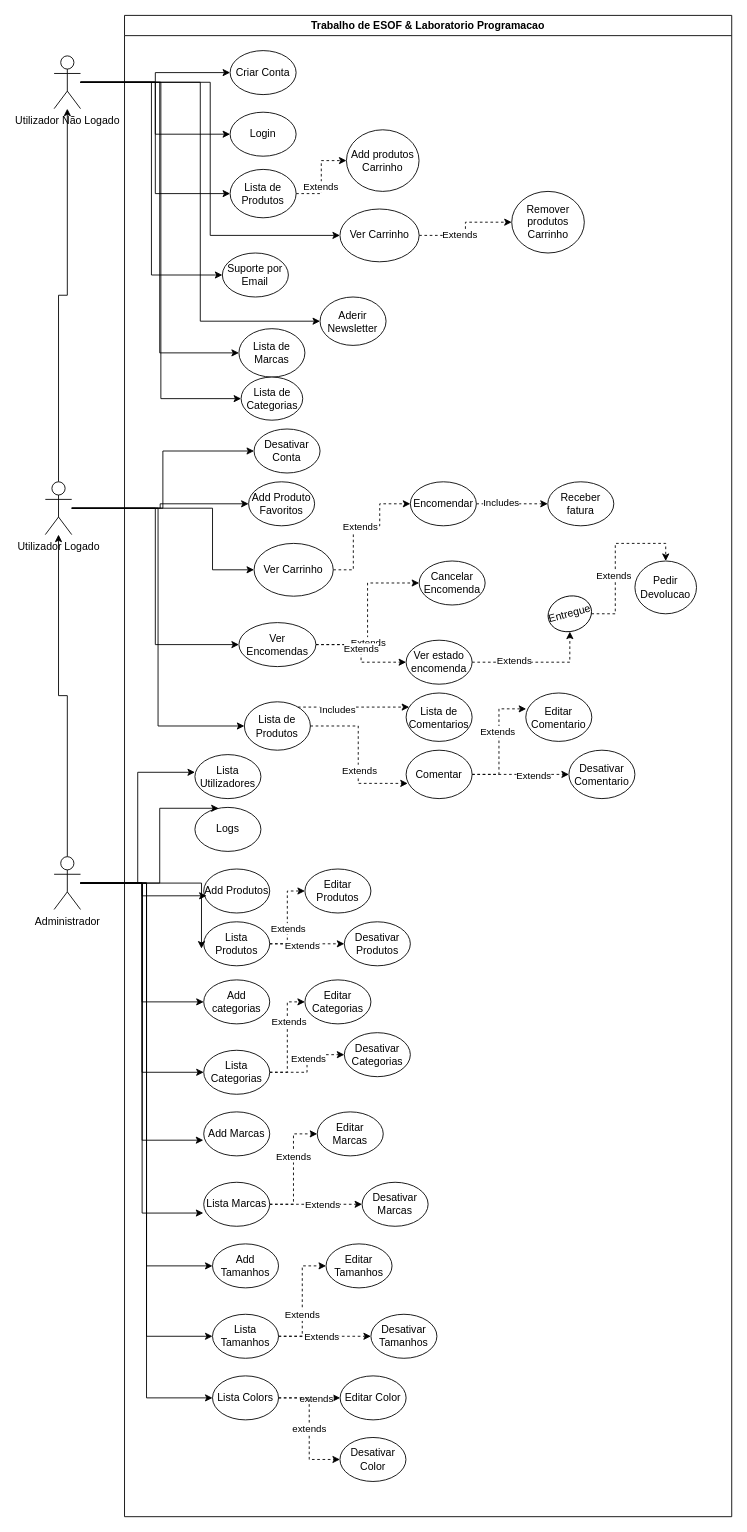
Solixx/UP_Project_Laboratorio_Engenharia_Manuel_Jorge keeps this draw.io diagram as Casos Uso/Casos Uso Trabalho ESOF e Laboratorio Prog.drawio. Above is the earlier version. Source tidied: cells renumbered, new cells numbered last; positions are measured from the earlier drawing's top-left corner, leaving out a move shared by most shapes. Both pictures are drawn from the tidied source at 88%, with x=0, y=0 at pixel (45, 15).
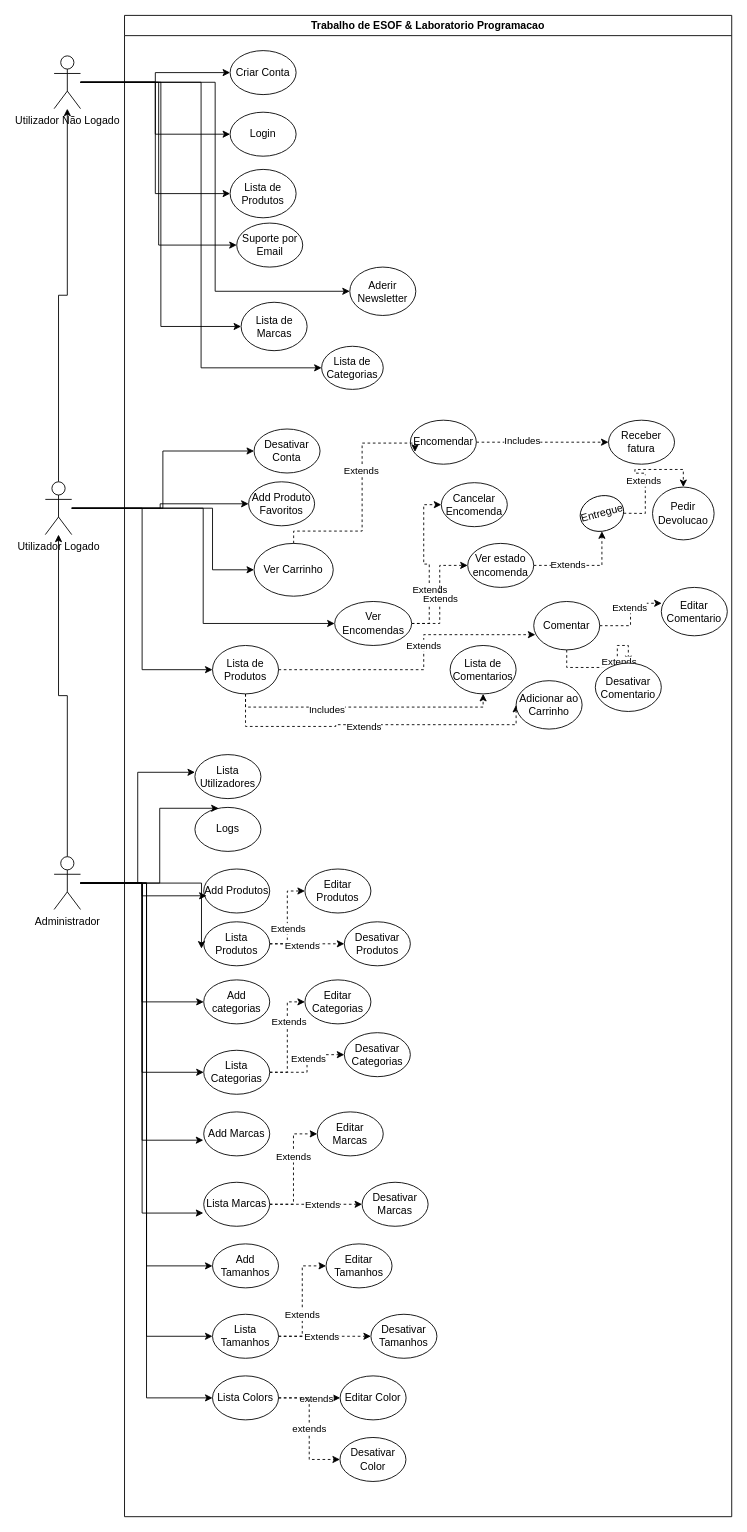
The same page after the edit.

Commit message:
update casos de uso

Unchanged cells that the change refers to:
```xml
<mxCell id="2" value="Trabalho de ESOF &amp;amp; Laboratorio Programacao" style="swimlane;whiteSpace=wrap;html=1;" parent="1" vertex="1">
  <mxGeometry x="90" width="690" height="1706" as="geometry" />
</mxCell>
<mxCell id="33" value="Lista de Produtos" style="ellipse;whiteSpace=wrap;html=1;" parent="2" vertex="1">
  <mxGeometry x="120" y="175" width="75" height="55" as="geometry" />
</mxCell>
<mxCell id="37" value="Ver Carrinho" style="ellipse;whiteSpace=wrap;html=1;" parent="2" vertex="1">
  <mxGeometry x="147.2" y="600" width="90" height="60" as="geometry" />
</mxCell>
<mxCell id="100" value="Utilizador Não Logado" style="shape=umlActor;verticalLabelPosition=bottom;verticalAlign=top;html=1;outlineConnect=0;" parent="1" vertex="1">
  <mxGeometry x="10" y="46" width="30" height="60" as="geometry" />
</mxCell>
```

The edit, as a diff of the source:
```diff
@@
-    <mxCell id="7" value="Add produtos Carrinho" style="ellipse;whiteSpace=wrap;html=1;" parent="2" vertex="1">
-      <mxGeometry x="252.2" y="130" width="82.5" height="70" as="geometry" />
-    </mxCell>
-    <mxCell id="8" value="Remover produtos Carrinho" style="ellipse;whiteSpace=wrap;html=1;" parent="2" vertex="1">
-      <mxGeometry x="440" y="200" width="82.5" height="70" as="geometry" />
-    </mxCell>
-    <mxCell id="9" style="edgeStyle=orthogonalEdgeStyle;rounded=0;jettySize=auto;html=1;entryX=0;entryY=0.5;entryDx=0;entryDy=0;dashed=1;" parent="2" edge="1" source="11" target="8">
-      <mxGeometry relative="1" as="geometry" />
-    </mxCell>
-    <mxCell id="10" value="Extends" style="edgeLabel;html=1;align=center;verticalAlign=middle;" parent="9" vertex="1">
-      <mxGeometry x="-0.22" y="1" relative="1" as="geometry">
-        <mxPoint x="-1" as="offset" />
-      </mxGeometry>
-    </mxCell>
-    <mxCell id="11" value="Ver Carrinho" style="ellipse;whiteSpace=wrap;html=1;" parent="2" vertex="1">
-      <mxGeometry x="244.8" y="220" width="90" height="60" as="geometry" />
-    </mxCell>
@@
     <mxCell id="14" value="Encomendar" style="ellipse;whiteSpace=wrap;html=1;" parent="2" vertex="1">
-      <mxGeometry x="324.8" y="530" width="75" height="50" as="geometry" />
+      <mxGeometry x="324.8" y="460" width="75" height="50" as="geometry" />
     </mxCell>
     <mxCell id="15" value="Cancelar Encomenda" style="ellipse;whiteSpace=wrap;html=1;" parent="2" vertex="1">
-      <mxGeometry x="334.8" y="620" width="75" height="50" as="geometry" />
+      <mxGeometry x="360" y="531" width="75" height="50" as="geometry" />
     </mxCell>
@@
     <mxCell id="18" value="Ver estado encomenda" style="ellipse;whiteSpace=wrap;html=1;" parent="2" vertex="1">
-      <mxGeometry x="320" y="710" width="75" height="50" as="geometry" />
+      <mxGeometry x="390" y="600" width="75" height="50" as="geometry" />
     </mxCell>
@@
     <mxCell id="21" value="Entregue" style="ellipse;whiteSpace=wrap;html=1;rotation=-15;" parent="2" vertex="1">
-      <mxGeometry x="481" y="660" width="50" height="40" as="geometry" />
+      <mxGeometry x="517.5" y="546" width="50" height="40" as="geometry" />
     </mxCell>
     <mxCell id="22" value="Pedir Devolucao" style="ellipse;whiteSpace=wrap;html=1;" parent="2" vertex="1">
-      <mxGeometry x="580" y="620" width="70" height="60" as="geometry" />
+      <mxGeometry x="600" y="536" width="70" height="60" as="geometry" />
     </mxCell>
@@
     <mxCell id="27" value="Ver Encomendas" style="ellipse;whiteSpace=wrap;html=1;" parent="2" vertex="1">
-      <mxGeometry x="130" y="690" width="87.5" height="50" as="geometry" />
+      <mxGeometry x="238.8" y="666" width="87.5" height="50" as="geometry" />
     </mxCell>
     <mxCell id="28" value="Suporte por Email" style="ellipse;whiteSpace=wrap;html=1;" parent="2" vertex="1">
-      <mxGeometry x="111.2" y="270" width="75" height="50" as="geometry" />
+      <mxGeometry x="127.5" y="236" width="75" height="50" as="geometry" />
     </mxCell>
     <mxCell id="29" value="Aderir Newsletter" style="ellipse;whiteSpace=wrap;html=1;" parent="2" vertex="1">
-      <mxGeometry x="222.2" y="320" width="75" height="55" as="geometry" />
+      <mxGeometry x="256" y="286" width="75" height="55" as="geometry" />
     </mxCell>
     <mxCell id="30" value="Lista de Marcas" style="ellipse;whiteSpace=wrap;html=1;" parent="2" vertex="1">
-      <mxGeometry x="130" y="356" width="75" height="55" as="geometry" />
+      <mxGeometry x="132.5" y="326" width="75" height="55" as="geometry" />
     </mxCell>
-    <mxCell id="31" style="edgeStyle=orthogonalEdgeStyle;rounded=0;jettySize=auto;html=1;entryX=0;entryY=0.5;entryDx=0;entryDy=0;dashed=1;" parent="2" edge="1" source="33" target="7">
-      <mxGeometry relative="1" as="geometry" />
-    </mxCell>
-    <mxCell id="32" value="Extends" style="edgeLabel;html=1;align=center;verticalAlign=middle;" parent="31" vertex="1">
-      <mxGeometry x="-0.21" y="1" relative="1" as="geometry" />
-    </mxCell>
@@
     <mxCell id="34" value="Receber fatura" style="ellipse;whiteSpace=wrap;html=1;" parent="2" vertex="1">
-      <mxGeometry x="481" y="530" width="75" height="50" as="geometry" />
+      <mxGeometry x="550" y="460" width="75" height="50" as="geometry" />
     </mxCell>
-    <mxCell id="35" style="edgeStyle=orthogonalEdgeStyle;rounded=0;jettySize=auto;html=1;dashed=1;" parent="2" edge="1" source="37" target="14">
-      <mxGeometry relative="1" as="geometry">
-        <Array as="points">
-          <mxPoint x="260" y="630" />
-          <mxPoint x="260" y="580" />
-          <mxPoint x="290" y="580" />
-          <mxPoint x="290" y="555" />
-        </Array>
-      </mxGeometry>
-    </mxCell>
-    <mxCell id="36" value="Extends" style="edgeLabel;html=1;align=center;verticalAlign=middle;" parent="35" vertex="1">
-      <mxGeometry x="-0.01" relative="1" as="geometry" />
-    </mxCell>
@@
+    <mxCell id="122" style="edgeStyle=orthogonalEdgeStyle;rounded=0;jettySize=auto;html=1;entryX=0;entryY=0.5;entryDx=0;entryDy=0;dashed=1;" parent="2" edge="1" source="40" target="125">
+      <mxGeometry relative="1" as="geometry">
+        <Array as="points">
+          <mxPoint x="138" y="808" />
+          <mxPoint x="240" y="808" />
+          <mxPoint x="240" y="806" />
+          <mxPoint x="445" y="806" />
+        </Array>
+      </mxGeometry>
+    </mxCell>
+    <mxCell id="123" value="Extends" style="edgeLabel;html=1;align=center;verticalAlign=middle;" parent="122" vertex="1">
+      <mxGeometry x="-0.06" y="-2" relative="1" as="geometry" />
+    </mxCell>
     <mxCell id="40" value="Lista de Produtos" style="ellipse;whiteSpace=wrap;html=1;" parent="2" vertex="1">
-      <mxGeometry x="136.2" y="780" width="75" height="55" as="geometry" />
+      <mxGeometry x="100" y="716" width="75" height="55" as="geometry" />
     </mxCell>
     <mxCell id="41" value="Lista de Comentarios" style="ellipse;whiteSpace=wrap;html=1;" parent="2" vertex="1">
-      <mxGeometry x="320" y="770" width="75" height="55" as="geometry" />
+      <mxGeometry x="370" y="716" width="75" height="55" as="geometry" />
     </mxCell>
@@
     <mxCell id="44" value="Comentar" style="ellipse;whiteSpace=wrap;html=1;" parent="2" vertex="1">
-      <mxGeometry x="320" y="835" width="75" height="55" as="geometry" />
+      <mxGeometry x="465" y="666" width="75" height="55" as="geometry" />
     </mxCell>
     <mxCell id="45" style="edgeStyle=orthogonalEdgeStyle;rounded=0;jettySize=auto;html=1;entryX=0.025;entryY=0.686;entryDx=0;entryDy=0;entryPerimeter=0;dashed=1;" parent="2" edge="1" source="40" target="44">
-      <mxGeometry relative="1" as="geometry" />
+      <mxGeometry relative="1" as="geometry">
+        <Array as="points">
+          <mxPoint x="340" y="744" />
+          <mxPoint x="340" y="704" />
+        </Array>
+      </mxGeometry>
     </mxCell>
@@
     <mxCell id="47" value="Editar Comentario" style="ellipse;whiteSpace=wrap;html=1;" parent="2" vertex="1">
-      <mxGeometry x="456" y="770" width="75" height="55" as="geometry" />
+      <mxGeometry x="610" y="650" width="75" height="55" as="geometry" />
     </mxCell>
@@
     <mxCell id="50" value="Desativar&lt;br&gt;Comentario" style="ellipse;whiteSpace=wrap;html=1;" parent="2" vertex="1">
-      <mxGeometry x="505" y="835" width="75" height="55" as="geometry" />
+      <mxGeometry x="535" y="736" width="75" height="55" as="geometry" />
     </mxCell>
@@
     <mxCell id="77" value="Lista de Categorias" style="ellipse;whiteSpace=wrap;html=1;" parent="2" vertex="1">
-      <mxGeometry x="132.5" y="411" width="70" height="49" as="geometry" />
+      <mxGeometry x="224" y="376" width="70" height="49" as="geometry" />
     </mxCell>
@@
+    <mxCell id="35" style="edgeStyle=orthogonalEdgeStyle;rounded=0;jettySize=auto;html=1;entryX=0.07;entryY=0.72;entryDx=0;entryDy=0;entryPerimeter=0;dashed=1;" parent="2" edge="1" source="37" target="14">
+      <mxGeometry relative="1" as="geometry">
+        <Array as="points">
+          <mxPoint x="192" y="586" />
+          <mxPoint x="270" y="586" />
+          <mxPoint x="270" y="486" />
+          <mxPoint x="330" y="486" />
+        </Array>
+      </mxGeometry>
+    </mxCell>
+    <mxCell id="124" value="Extends" style="edgeLabel;html=1;align=center;verticalAlign=middle;" parent="35" vertex="1">
+      <mxGeometry x="0.22" y="2" relative="1" as="geometry" />
+    </mxCell>
+    <mxCell id="125" value="Adicionar ao Carrinho" style="ellipse;whiteSpace=wrap;html=1;" parent="2" vertex="1">
+      <mxGeometry x="445" y="756" width="75" height="55" as="geometry" />
+    </mxCell>
@@
-    <mxCell id="95" style="edgeStyle=orthogonalEdgeStyle;rounded=0;jettySize=auto;html=1;entryX=0;entryY=0.5;entryDx=0;entryDy=0;" parent="1" edge="1" source="100" target="11">
-      <mxGeometry relative="1" as="geometry" />
-    </mxCell>
```
